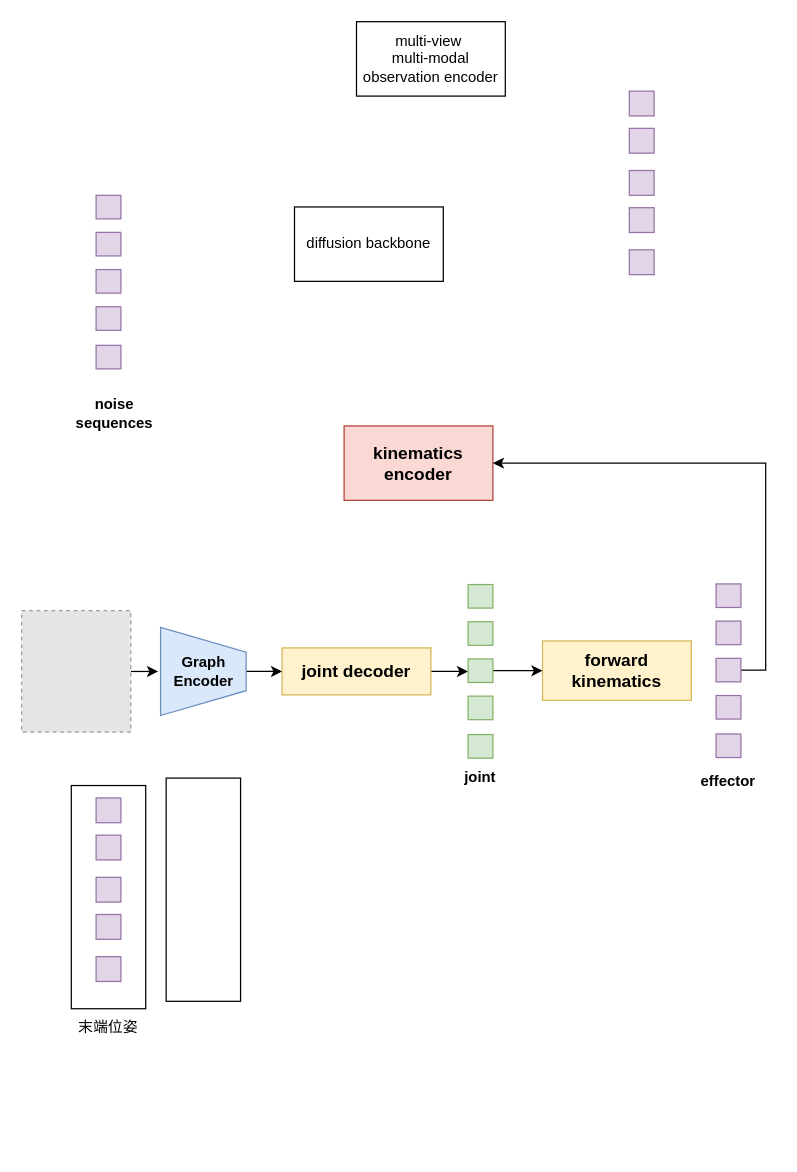
1223haohao/picture keeps this draw.io diagram as kinematic_diffusion.drawio. Above is the earlier version. Source tidied: cells renumbered, new cells numbered last; positions are measured from the earlier drawing's top-left corner, leaving out a move shared by most shapes. Both pictures are drawn from the tidied source at 124%, with x=0, y=0 at pixel (21, 21). Pictures stored in the file or linked from it are replaced by grey dashed boxes.
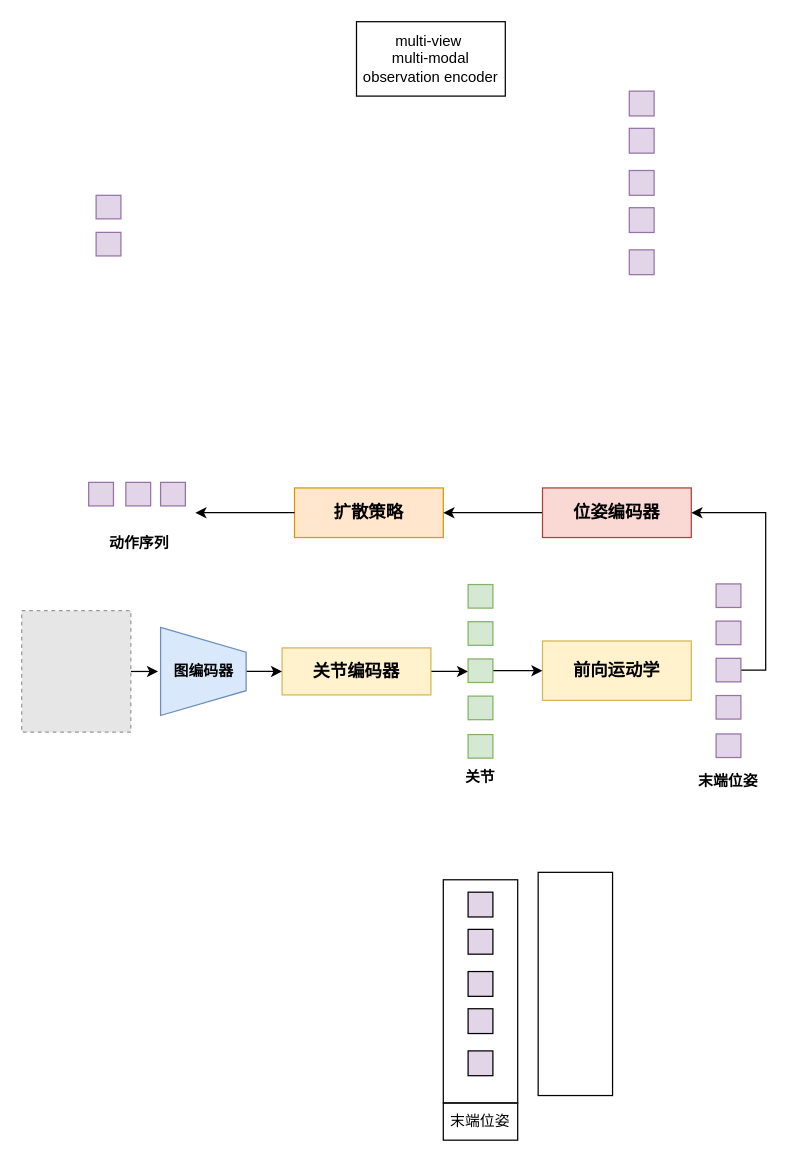
The same diagram, later.

Change to the diagram source:
```diff
@@
-    <mxCell id="2" value="diffusion backbone" style="rounded=0;whiteSpace=wrap;html=1;" parent="1" vertex="1">
-      <mxGeometry x="220" y="149.4" width="120" height="60" as="geometry" />
+    <mxCell id="2" value="&lt;b&gt;&lt;font style=&quot;font-size: 14px;&quot;&gt;扩散策略&lt;/font&gt;&lt;/b&gt;" style="rounded=0;whiteSpace=wrap;html=1;fillColor=#ffe6cc;strokeColor=#d79b00;" parent="1" vertex="1">
+      <mxGeometry x="220" y="376" width="120" height="40" as="geometry" />
     </mxCell>
@@
-    <mxCell id="6" value="&lt;font style=&quot;font-size: 14px;&quot;&gt;&lt;b&gt;joint decoder&lt;/b&gt;&lt;/font&gt;" style="rounded=0;whiteSpace=wrap;html=1;fillColor=#fff2cc;strokeColor=#d6b656;" parent="1" vertex="1">
+    <mxCell id="6" value="&lt;font style=&quot;font-size: 14px;&quot;&gt;&lt;b&gt;关节编码器&lt;/b&gt;&lt;/font&gt;" style="rounded=0;whiteSpace=wrap;html=1;fillColor=#fff2cc;strokeColor=#d6b656;" parent="1" vertex="1">
       <mxGeometry x="210" y="505" width="120" height="37.9" as="geometry" />
     </mxCell>
@@
-    <mxCell id="9" value="&lt;b&gt;Graph Encoder&lt;/b&gt;" style="text;html=1;align=center;verticalAlign=middle;whiteSpace=wrap;rounded=0;" parent="1" vertex="1">
+    <mxCell id="9" value="&lt;b&gt;图编码器&lt;/b&gt;" style="text;html=1;align=center;verticalAlign=middle;whiteSpace=wrap;rounded=0;" parent="1" vertex="1">
       <mxGeometry x="116.5" y="508.9" width="60" height="30" as="geometry" />
     </mxCell>
-    <mxCell id="10" style="rounded=0;whiteSpace=wrap;html=1;fillColor=none;" parent="1" vertex="1">
-      <mxGeometry x="116.5" y="610" width="60" height="180" as="geometry" />
+    <mxCell id="10" style="rounded=0;whiteSpace=wrap;html=1;fillColor=none;strokeColor=default;" parent="1" vertex="1">
+      <mxGeometry x="416.5" y="686" width="60" height="180" as="geometry" />
     </mxCell>
-    <mxCell id="11" value="&lt;b&gt;joint&lt;/b&gt;" style="text;html=1;align=center;verticalAlign=middle;whiteSpace=wrap;rounded=0;" parent="1" vertex="1">
+    <mxCell id="11" value="&lt;b&gt;关节&lt;/b&gt;" style="text;html=1;align=center;verticalAlign=middle;whiteSpace=wrap;rounded=0;" parent="1" vertex="1">
       <mxGeometry x="340" y="595" width="60" height="30" as="geometry" />
     </mxCell>
@@
-    <mxCell id="13" value="&lt;font style=&quot;font-size: 14px;&quot;&gt;&lt;b&gt;forward&lt;/b&gt;&lt;/font&gt;&lt;div&gt;&lt;span style=&quot;font-size: 14px;&quot;&gt;&lt;b&gt;kinematics&lt;/b&gt;&lt;/span&gt;&lt;/div&gt;" style="rounded=0;whiteSpace=wrap;html=1;fillColor=#fff2cc;strokeColor=#d6b656;" parent="1" vertex="1">
+    <mxCell id="13" value="&lt;span style=&quot;font-size: 14px;&quot;&gt;&lt;b&gt;前向运动学&lt;/b&gt;&lt;/span&gt;" style="rounded=0;whiteSpace=wrap;html=1;fillColor=#fff2cc;strokeColor=#d6b656;" parent="1" vertex="1">
       <mxGeometry x="420" y="499.4" width="120" height="47.9" as="geometry" />
     </mxCell>
-    <mxCell id="14" style="rounded=0;whiteSpace=wrap;html=1;fillColor=#e1d5e7;strokeColor=#9673a6;" parent="1" vertex="1">
-      <mxGeometry x="60" y="626" width="20" height="20" as="geometry" />
+    <mxCell id="14" style="rounded=0;whiteSpace=wrap;html=1;fillColor=#e1d5e7;strokeColor=default;" parent="1" vertex="1">
+      <mxGeometry x="360" y="702" width="20" height="20" as="geometry" />
     </mxCell>
-    <mxCell id="15" style="rounded=0;whiteSpace=wrap;html=1;fillColor=#e1d5e7;strokeColor=#9673a6;" parent="1" vertex="1">
-      <mxGeometry x="60" y="720" width="20" height="20" as="geometry" />
+    <mxCell id="15" style="rounded=0;whiteSpace=wrap;html=1;fillColor=#e1d5e7;strokeColor=default;" parent="1" vertex="1">
+      <mxGeometry x="360" y="796" width="20" height="20" as="geometry" />
     </mxCell>
-    <mxCell id="16" style="rounded=0;whiteSpace=wrap;html=1;fillColor=#e1d5e7;strokeColor=#9673a6;" parent="1" vertex="1">
-      <mxGeometry x="60" y="656" width="20" height="20" as="geometry" />
+    <mxCell id="16" style="rounded=0;whiteSpace=wrap;html=1;fillColor=#e1d5e7;strokeColor=default;" parent="1" vertex="1">
+      <mxGeometry x="360" y="732" width="20" height="20" as="geometry" />
     </mxCell>
-    <mxCell id="17" style="rounded=0;whiteSpace=wrap;html=1;fillColor=#e1d5e7;strokeColor=#9673a6;" parent="1" vertex="1">
-      <mxGeometry x="60" y="690" width="20" height="20" as="geometry" />
+    <mxCell id="17" style="rounded=0;whiteSpace=wrap;html=1;fillColor=#e1d5e7;strokeColor=default;" parent="1" vertex="1">
+      <mxGeometry x="360" y="766" width="20" height="20" as="geometry" />
     </mxCell>
-    <mxCell id="18" style="rounded=0;whiteSpace=wrap;html=1;fillColor=#e1d5e7;strokeColor=#9673a6;" parent="1" vertex="1">
-      <mxGeometry x="60" y="754" width="20" height="20" as="geometry" />
+    <mxCell id="18" style="rounded=0;whiteSpace=wrap;html=1;fillColor=#e1d5e7;strokeColor=default;" parent="1" vertex="1">
+      <mxGeometry x="360" y="830" width="20" height="20" as="geometry" />
     </mxCell>
-    <mxCell id="19" style="rounded=0;whiteSpace=wrap;html=1;fillColor=none;" parent="1" vertex="1">
-      <mxGeometry x="40" y="616" width="60" height="180" as="geometry" />
+    <mxCell id="19" style="rounded=0;whiteSpace=wrap;html=1;fillColor=none;strokeColor=default;" parent="1" vertex="1">
+      <mxGeometry x="340" y="692" width="60" height="180" as="geometry" />
     </mxCell>
-    <mxCell id="20" value="末端位姿" style="text;html=1;align=center;verticalAlign=middle;whiteSpace=wrap;rounded=0;" parent="1" vertex="1">
-      <mxGeometry x="40" y="796" width="60" height="30" as="geometry" />
+    <mxCell id="20" value="末端位姿" style="text;html=1;align=center;verticalAlign=middle;whiteSpace=wrap;rounded=0;strokeColor=default;" parent="1" vertex="1">
+      <mxGeometry x="340" y="872" width="60" height="30" as="geometry" />
     </mxCell>
-    <mxCell id="21" style="edgeStyle=orthogonalEdgeStyle;rounded=0;orthogonalLoop=1;jettySize=auto;html=1;exitX=0.5;exitY=1;exitDx=0;exitDy=0;" parent="1" edge="1" source="20" target="20">
+    <mxCell id="21" style="edgeStyle=orthogonalEdgeStyle;rounded=0;orthogonalLoop=1;jettySize=auto;html=1;exitX=0.5;exitY=1;exitDx=0;exitDy=0;strokeColor=default;" parent="1" edge="1" source="20" target="20">
       <mxGeometry relative="1" as="geometry" />
     </mxCell>
@@
+    <mxCell id="48" style="edgeStyle=orthogonalEdgeStyle;rounded=0;jettySize=auto;html=1;exitX=0;exitY=0.5;exitDx=0;exitDy=0;entryX=1;entryY=0.5;entryDx=0;entryDy=0;" parent="1" edge="1" source="23" target="2">
+      <mxGeometry relative="1" as="geometry" />
+    </mxCell>
-    <mxCell id="23" value="&lt;b style=&quot;font-size: 14px;&quot;&gt;kinematics&lt;/b&gt;&lt;div&gt;&lt;b style=&quot;font-size: 14px;&quot;&gt;encoder&lt;/b&gt;&lt;/div&gt;" style="rounded=0;whiteSpace=wrap;html=1;fillColor=#fad9d5;strokeColor=#ae4132;" parent="1" vertex="1">
-      <mxGeometry x="260" y="326" width="120" height="60" as="geometry" />
+    <mxCell id="23" value="&lt;span style=&quot;font-size: 14px;&quot;&gt;&lt;b&gt;位姿编码器&lt;/b&gt;&lt;/span&gt;" style="rounded=0;whiteSpace=wrap;html=1;fillColor=#fad9d5;strokeColor=#ae4132;" parent="1" vertex="1">
+      <mxGeometry x="420" y="376" width="120" height="40" as="geometry" />
     </mxCell>
@@
-    <mxCell id="41" value="&lt;b&gt;effector&lt;/b&gt;" style="text;html=1;align=center;verticalAlign=middle;whiteSpace=wrap;rounded=0;" parent="1" vertex="1">
+    <mxCell id="41" value="&lt;b&gt;末端位姿&lt;/b&gt;" style="text;html=1;align=center;verticalAlign=middle;whiteSpace=wrap;rounded=0;" parent="1" vertex="1">
       <mxGeometry x="540" y="598.4" width="60" height="30" as="geometry" />
     </mxCell>
@@
     <mxCell id="44" style="rounded=0;whiteSpace=wrap;html=1;fillColor=#e1d5e7;strokeColor=#9673a6;" parent="1" vertex="1">
-      <mxGeometry x="60" y="199.9" width="20" height="19" as="geometry" />
+      <mxGeometry x="112" y="371.5" width="20" height="19" as="geometry" />
     </mxCell>
     <mxCell id="45" style="rounded=0;whiteSpace=wrap;html=1;fillColor=#e1d5e7;strokeColor=#9673a6;" parent="1" vertex="1">
-      <mxGeometry x="60" y="229.9" width="20" height="19" as="geometry" />
+      <mxGeometry x="54" y="371.5" width="20" height="19" as="geometry" />
     </mxCell>
     <mxCell id="46" style="rounded=0;whiteSpace=wrap;html=1;fillColor=#e1d5e7;strokeColor=#9673a6;" parent="1" vertex="1">
-      <mxGeometry x="60" y="261" width="20" height="19" as="geometry" />
+      <mxGeometry x="84" y="371.5" width="20" height="19" as="geometry" />
     </mxCell>
-    <mxCell id="47" value="&lt;b&gt;noise sequences&lt;/b&gt;" style="text;html=1;align=center;verticalAlign=middle;whiteSpace=wrap;rounded=0;" parent="1" vertex="1">
-      <mxGeometry x="40" y="296" width="70" height="40" as="geometry" />
+    <mxCell id="47" value="&lt;b&gt;动作序列&lt;/b&gt;" style="text;html=1;align=center;verticalAlign=middle;whiteSpace=wrap;rounded=0;" parent="1" vertex="1">
+      <mxGeometry x="60" y="401" width="70" height="40" as="geometry" />
     </mxCell>
+    <mxCell id="49" style="endArrow=classic;html=1;rounded=0;exitX=0;exitY=0.5;exitDx=0;exitDy=0;" parent="1" edge="1" source="2">
+      <mxGeometry relative="1" as="geometry">
+        <mxPoint x="140" y="396" as="targetPoint" />
+      </mxGeometry>
+    </mxCell>
```
